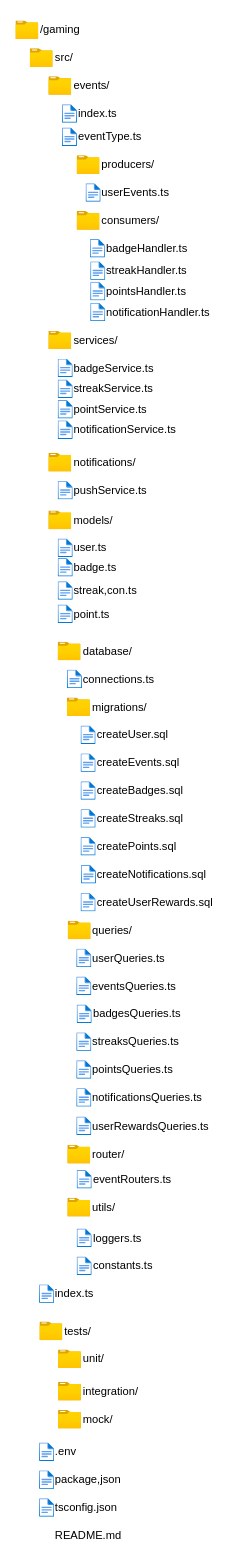
Earlier version of the draw.io diagram FolderStructureGamifying.drawio (Sky-monster/Diagrams). Source tidied: cells renumbered, new cells numbered last; positions are measured from the earlier drawing's top-left corner, leaving out a move shared by most shapes. Both pictures are drawn from the tidied source at 93%, with x=0, y=0 at pixel (16, 16).
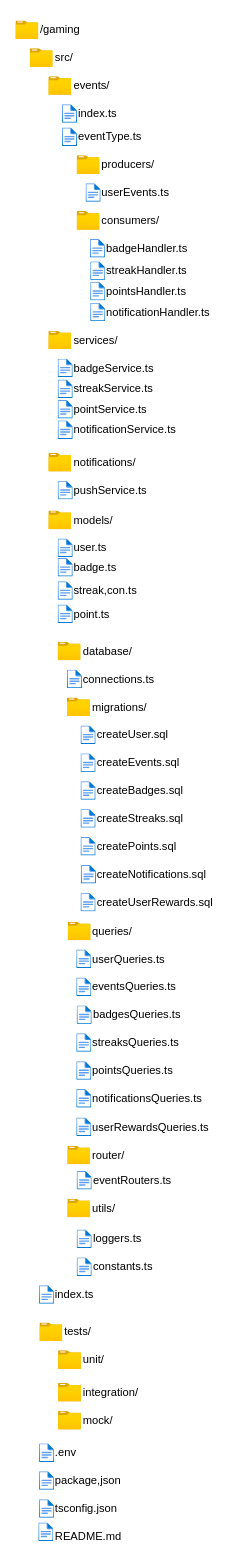
The same page after the edit.

What changed in the source:
```diff
@@
     <mxCell id="20" style="group;" parent="1" vertex="1">
-      <mxGeometry x="65.4" y="1236" width="155.4" height="30" as="geometry" />
+      <mxGeometry x="65.4" y="1237" width="155.4" height="30" as="geometry" />
     </mxCell>
@@
     <mxCell id="62" style="group;" parent="1" vertex="1">
-      <mxGeometry x="55.4" y="1209" width="114.6" height="30" as="geometry" />
+      <mxGeometry x="55.4" y="1210" width="114.6" height="30" as="geometry" />
     </mxCell>
@@
     <mxCell id="65" style="group;" parent="1" vertex="1">
-      <mxGeometry x="55.4" y="1266" width="114.6" height="30" as="geometry" />
+      <mxGeometry x="55.4" y="1267" width="114.6" height="30" as="geometry" />
     </mxCell>
@@
     <mxCell id="83" style="group;" parent="1" vertex="1">
-      <mxGeometry x="65.4" y="1299" width="155.4" height="30" as="geometry" />
+      <mxGeometry x="65.4" y="1300" width="155.4" height="30" as="geometry" />
     </mxCell>
@@
     <mxCell id="86" style="group;" parent="1" vertex="1">
-      <mxGeometry x="65.4" y="1329" width="155.4" height="30" as="geometry" />
+      <mxGeometry x="65.4" y="1330" width="155.4" height="30" as="geometry" />
     </mxCell>
@@
     <mxCell id="89" style="group;" parent="1" vertex="1">
-      <mxGeometry x="25" y="1359" width="155.4" height="30" as="geometry" />
+      <mxGeometry x="25" y="1360" width="155.4" height="30" as="geometry" />
     </mxCell>
@@
     <mxCell id="92" style="group;" parent="1" vertex="1">
-      <mxGeometry x="25.4" y="1399" width="114.6" height="30" as="geometry" />
+      <mxGeometry x="25.4" y="1400" width="114.6" height="30" as="geometry" />
     </mxCell>
@@
     <mxCell id="95" style="group;" parent="1" vertex="1">
-      <mxGeometry x="45.4" y="1429" width="114.6" height="30" as="geometry" />
+      <mxGeometry x="45.4" y="1430" width="114.6" height="30" as="geometry" />
     </mxCell>
@@
     <mxCell id="98" style="group;" parent="1" vertex="1">
-      <mxGeometry x="45.4" y="1494" width="114.6" height="30" as="geometry" />
+      <mxGeometry x="45.4" y="1495" width="114.6" height="30" as="geometry" />
     </mxCell>
@@
     <mxCell id="101" style="group;" parent="1" vertex="1">
-      <mxGeometry x="45.4" y="1464" width="114.6" height="30" as="geometry" />
+      <mxGeometry x="45.4" y="1465" width="114.6" height="30" as="geometry" />
     </mxCell>
@@
     <mxCell id="107" style="group;" parent="1" vertex="1">
-      <mxGeometry x="55.8" y="968" width="114.6" height="30" as="geometry" />
+      <mxGeometry x="55.8" y="969" width="114.6" height="30" as="geometry" />
     </mxCell>
@@
     <mxCell id="131" style="group;" parent="1" vertex="1">
-      <mxGeometry x="65" y="998" width="165.4" height="30" as="geometry" />
+      <mxGeometry x="65" y="999" width="165.4" height="30" as="geometry" />
     </mxCell>
@@
     <mxCell id="134" style="group;" parent="1" vertex="1">
-      <mxGeometry x="65" y="1028" width="165.4" height="30" as="geometry" />
+      <mxGeometry x="65" y="1029" width="165.4" height="30" as="geometry" />
     </mxCell>
@@
     <mxCell id="137" style="group;" parent="1" vertex="1">
-      <mxGeometry x="65.4" y="1058" width="165.4" height="30" as="geometry" />
+      <mxGeometry x="65.4" y="1059" width="165.4" height="30" as="geometry" />
     </mxCell>
@@
     <mxCell id="140" style="group;" parent="1" vertex="1">
-      <mxGeometry x="65" y="1088" width="165.4" height="30" as="geometry" />
+      <mxGeometry x="65" y="1089" width="165.4" height="30" as="geometry" />
     </mxCell>
@@
     <mxCell id="143" style="group;" parent="1" vertex="1">
-      <mxGeometry x="65" y="1118" width="165.4" height="30" as="geometry" />
+      <mxGeometry x="65" y="1119" width="165.4" height="30" as="geometry" />
     </mxCell>
@@
     <mxCell id="146" style="group;" parent="1" vertex="1">
-      <mxGeometry x="65" y="1148" width="165.4" height="30" as="geometry" />
+      <mxGeometry x="65" y="1149" width="165.4" height="30" as="geometry" />
     </mxCell>
@@
     <mxCell id="149" style="group;" parent="1" vertex="1">
-      <mxGeometry x="65" y="1178.5" width="165.4" height="30" as="geometry" />
+      <mxGeometry x="65" y="1179.5" width="165.4" height="30" as="geometry" />
     </mxCell>
@@
     <mxCell id="152" style="image;html=1;align=center;fontSize=12;image=img/lib/azure2/general/File.svg;" parent="1" vertex="1">
-      <mxGeometry x="25" y="1594" width="16.2" height="20" as="geometry" />
+      <mxGeometry x="25" y="1595" width="16.2" height="20" as="geometry" />
     </mxCell>
     <mxCell id="153" value="tsconfig.json" style="text;html=1;align=left;verticalAlign=middle;strokeColor=none;fillColor=none;" parent="1" vertex="1">
-      <mxGeometry x="40.4" y="1589" width="90" height="30" as="geometry" />
+      <mxGeometry x="40.4" y="1590" width="90" height="30" as="geometry" />
     </mxCell>
     <mxCell id="154" style="image;html=1;align=center;fontSize=12;image=img/lib/azure2/general/File.svg;" parent="1" vertex="1">
-      <mxGeometry x="25" y="1564" width="16.2" height="20" as="geometry" />
+      <mxGeometry x="25" y="1565" width="16.2" height="20" as="geometry" />
     </mxCell>
     <mxCell id="155" value="package,json" style="text;html=1;align=left;verticalAlign=middle;strokeColor=none;fillColor=none;" parent="1" vertex="1">
-      <mxGeometry x="40.4" y="1559" width="90" height="30" as="geometry" />
+      <mxGeometry x="40.4" y="1560" width="90" height="30" as="geometry" />
     </mxCell>
     <mxCell id="156" style="image;html=1;align=center;fontSize=12;image=img/lib/azure2/general/File.svg;" parent="1" vertex="1">
-      <mxGeometry x="25" y="1534" width="16.2" height="20" as="geometry" />
+      <mxGeometry x="25" y="1535" width="16.2" height="20" as="geometry" />
     </mxCell>
     <mxCell id="157" value=".env" style="text;html=1;align=left;verticalAlign=middle;strokeColor=none;fillColor=none;" parent="1" vertex="1">
-      <mxGeometry x="40.4" y="1529" width="50" height="30" as="geometry" />
+      <mxGeometry x="40.4" y="1530" width="50" height="30" as="geometry" />
     </mxCell>
     <mxCell id="158" value="README.md" style="text;html=1;align=left;verticalAlign=middle;strokeColor=none;fillColor=none;" parent="1" vertex="1">
-      <mxGeometry x="40.4" y="1619" width="90" height="30" as="geometry" />
+      <mxGeometry x="40.4" y="1620" width="90" height="30" as="geometry" />
     </mxCell>
@@
+    <mxCell id="165" style="image;html=1;align=center;fontSize=12;image=img/lib/azure2/general/File.svg;" parent="1" vertex="1">
+      <mxGeometry x="24.2" y="1620" width="16.2" height="20" as="geometry" />
+    </mxCell>
```
